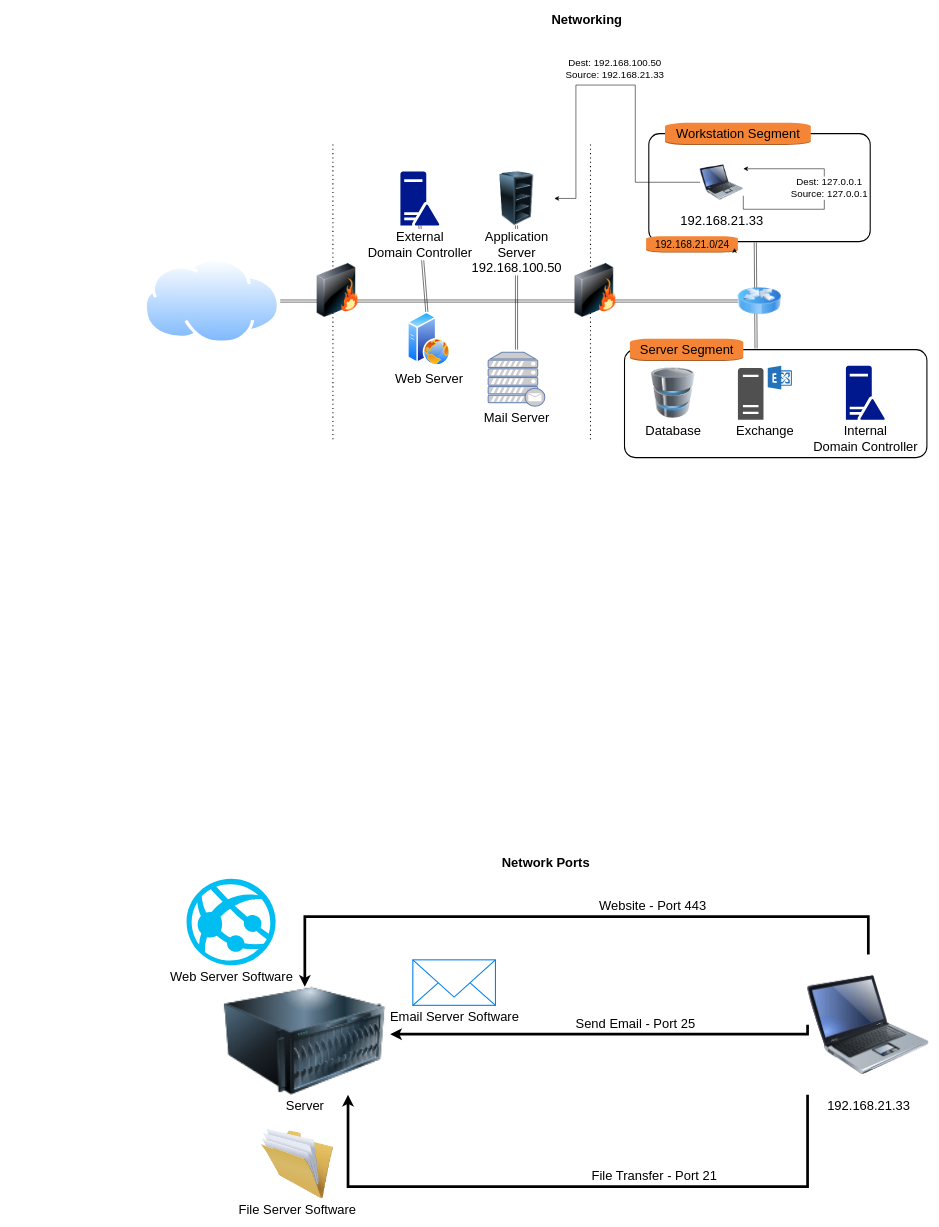
Before: GEN_Networking_Explanation.drawio in hypercoyote/tdx, a draw.io diagram. Source tidied: cells renumbered, new cells numbered last; positions are measured from the earlier drawing's top-left corner, leaving out a move shared by most shapes. Both pictures are drawn from the tidied source at 54%, with x=0, y=0 at pixel (144, 9). Pictures stored in the file or linked from it are replaced by grey dashed boxes.
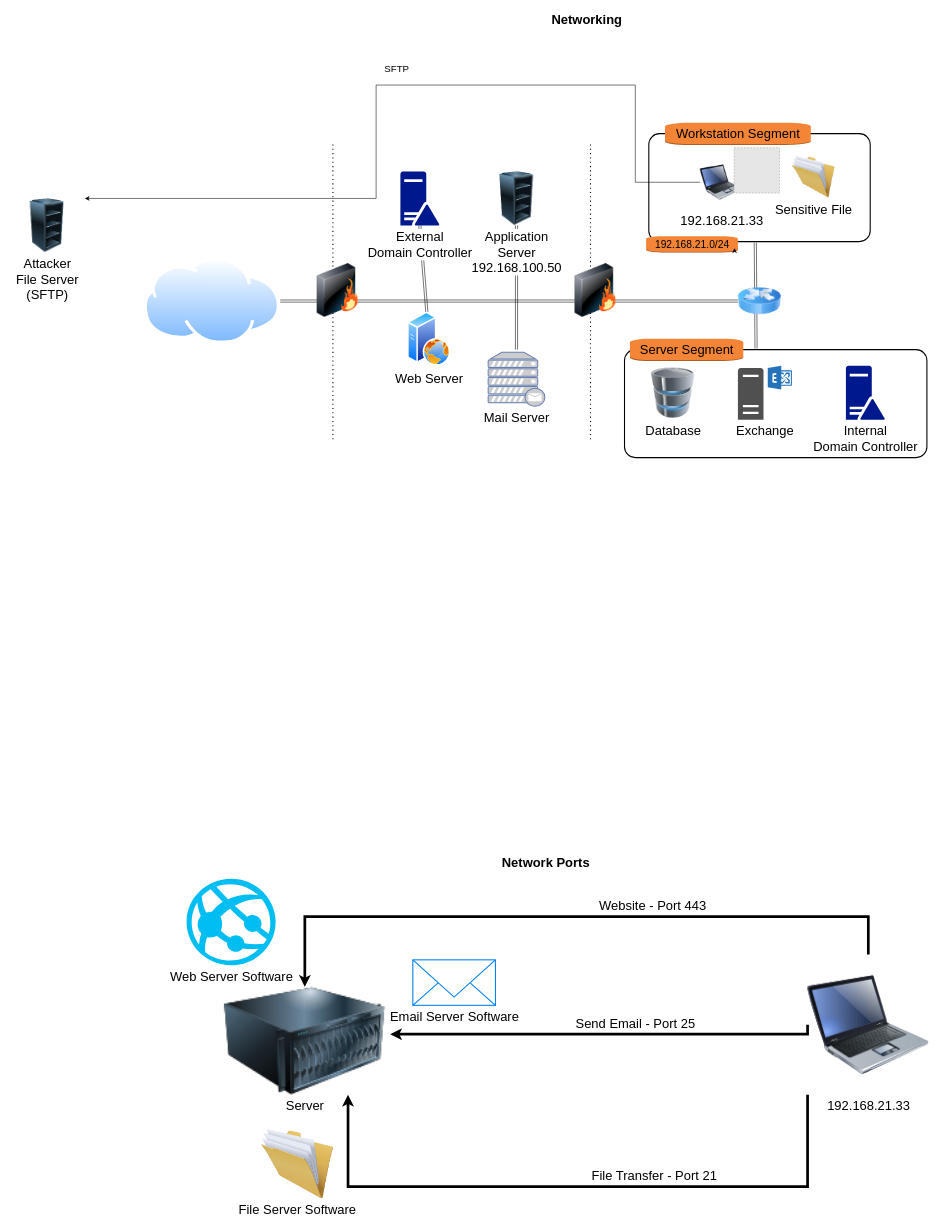
Above is the later version.

The change refers to these unchanged cells:
```xml
<mxCell id="15" value="Application &lt;br style=&quot;font-size: 24px;&quot;&gt;Server&lt;br&gt;192.168.100.50" style="image;html=1;image=img/lib/clip_art/computers/Server_Rack_Empty_128x128.png;fontSize=24;fontColor=default;labelBackgroundColor=default;" parent="1" vertex="1">
  <mxGeometry x="620" y="300" width="140" height="100" as="geometry" />
</mxCell>
<mxCell id="26" value="192.168.21.33" style="image;html=1;image=img/lib/clip_art/computers/Laptop_128x128.png;fontSize=24;labelBackgroundColor=none;" parent="1" vertex="1">
  <mxGeometry x="1030" y="270" width="80" height="100" as="geometry" />
</mxCell>
```

Change to the diagram source:
```diff
@@
-    <mxCell id="22" style="edgeStyle=orthogonalEdgeStyle;rounded=0;jettySize=auto;html=1;exitX=0;exitY=0.5;exitDx=0;exitDy=0;" parent="1" edge="1" source="26" target="15">
+    <mxCell id="22" style="edgeStyle=orthogonalEdgeStyle;rounded=0;jettySize=auto;html=1;exitX=0;exitY=0.5;exitDx=0;exitDy=0;" parent="1" edge="1" source="26" target="43">
       <mxGeometry relative="1" as="geometry">
         <Array as="points">
           <mxPoint x="910" y="320" />
           <mxPoint x="910" y="140" />
-          <mxPoint x="800" y="140" />
-          <mxPoint x="800" y="350" />
+          <mxPoint x="430" y="140" />
+          <mxPoint x="430" y="350" />
         </Array>
       </mxGeometry>
     </mxCell>
-    <mxCell id="23" value="Dest: 192.168.100.50&lt;br&gt;Source: 192.168.21.33" style="edgeLabel;html=1;align=center;verticalAlign=middle;fontSize=18;" parent="22" vertex="1">
+    <mxCell id="23" value="SFTP" style="edgeLabel;html=1;align=center;verticalAlign=middle;fontSize=18;" parent="22" vertex="1">
       <mxGeometry x="-0.07" y="2" relative="1" as="geometry">
         <mxPoint x="-32" y="-32" as="offset" />
       </mxGeometry>
     </mxCell>
-    <mxCell id="24" style="edgeStyle=orthogonalEdgeStyle;rounded=0;orthogonalLoop=1;jettySize=auto;html=1;exitX=1;exitY=0.75;exitDx=0;exitDy=0;entryX=1;entryY=0.25;entryDx=0;entryDy=0;" parent="1" edge="1" source="26" target="26">
-      <mxGeometry relative="1" as="geometry">
-        <Array as="points">
-          <mxPoint x="1110" y="370" />
-          <mxPoint x="1260" y="370" />
-          <mxPoint x="1260" y="295" />
-        </Array>
-      </mxGeometry>
-    </mxCell>
-    <mxCell id="25" value="Dest: 127.0.0.1&lt;br style=&quot;font-size: 18px;&quot;&gt;Source: 127.0.0.1" style="edgeLabel;html=1;align=center;verticalAlign=middle;fontSize=18;" parent="24" vertex="1">
-      <mxGeometry x="0.35" relative="1" as="geometry">
-        <mxPoint x="28" y="35" as="offset" />
-      </mxGeometry>
-    </mxCell>
@@
+    <mxCell id="43" value="Attacker&lt;br&gt;File Server&lt;br&gt;(SFTP)" style="image;html=1;image=img/lib/clip_art/computers/Server_Rack_Empty_128x128.png;fontSize=24;fontColor=default;labelBackgroundColor=default;" parent="1" vertex="1">
+      <mxGeometry x="-249.5" y="350" width="140" height="100" as="geometry" />
+    </mxCell>
+    <mxCell id="44" style="fillColor=#E6E6E6;strokeColor=#999999;dashed=1;html=1;verticalAlign=top;verticalLabelPosition=bottom;labelBackgroundColor=#ffffff;" parent="1" vertex="1">
+      <mxGeometry x="1093" y="256" width="84" height="84" as="geometry" />
+    </mxCell>
+    <mxCell id="45" value="&lt;font style=&quot;font-size: 24px;&quot;&gt;Sensitive File&lt;/font&gt;" style="image;html=1;image=img/lib/clip_art/general/Full_Folder_128x128.png;" parent="1" vertex="1">
+      <mxGeometry x="1200" y="270" width="80" height="80" as="geometry" />
+    </mxCell>
```
